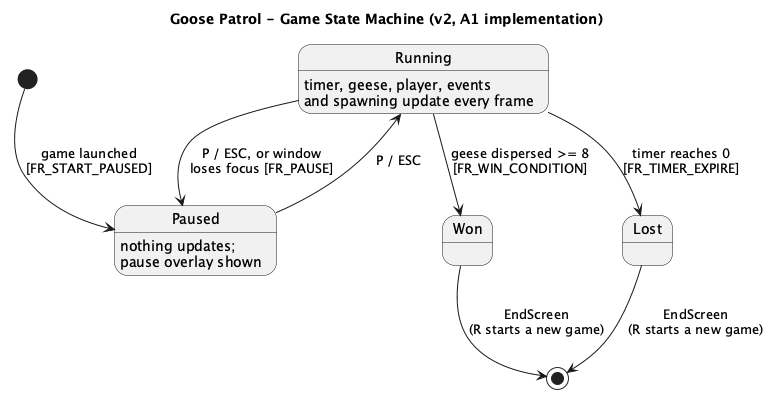
dns2jtm/Eng1_Project_Team8 keeps this PlantUML diagram as architecture/v2/state-game.png. Above is the earlier version.
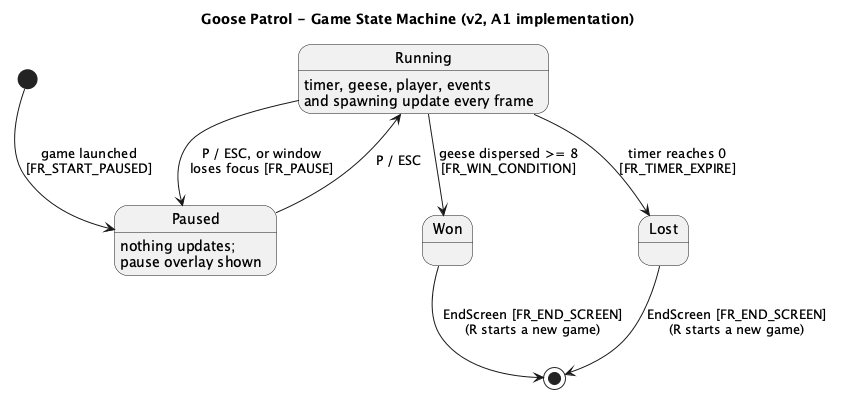
After the commit.

What changed in the source:
```diff
@@ -7,6 +7,6 @@
 Running --> Won : geese dispersed >= 8\n[FR_WIN_CONDITION]
 Running : timer, geese, player, events\nand spawning update every frame
 Paused : nothing updates;\npause overlay shown
-Won --> [*] : EndScreen\n(R starts a new game)
-Lost --> [*] : EndScreen\n(R starts a new game)
+Won --> [*] : EndScreen [FR_END_SCREEN]\n(R starts a new game)
+Lost --> [*] : EndScreen [FR_END_SCREEN]\n(R starts a new game)
 @enduml
```
